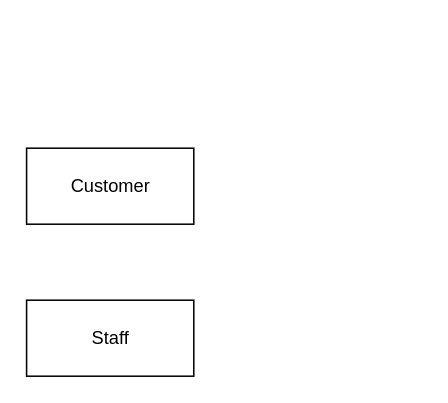
This is Car ClassDiagram.drawio from tlfzgjadyd/SoftwareEngineering, a draw.io file, before an edit. Source tidied: cells renumbered, new cells numbered last; positions are measured from the earlier drawing's top-left corner, leaving out a move shared by most shapes. Both pictures are drawn from the tidied source at 152%, with x=0, y=0 at pixel (26, 147).
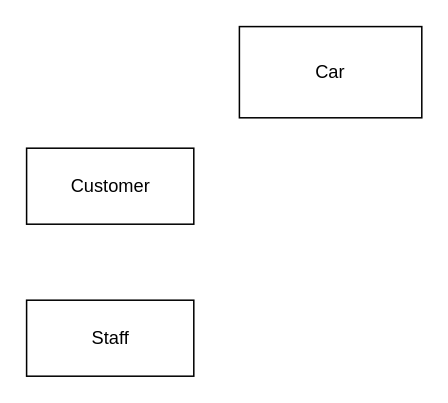
After the change.

The edit, as a diff of the source:
```diff
@@
 <mxGraphModel>
   <root>
     <mxCell id="0" />
     <mxCell id="1" parent="0" />
     <mxCell id="2" value="Staff" style="html=1;" parent="1" vertex="1">
       <mxGeometry y="100" width="110" height="50" as="geometry" />
     </mxCell>
     <mxCell id="3" value="Customer" style="html=1;" parent="1" vertex="1">
       <mxGeometry width="110" height="50" as="geometry" />
     </mxCell>
+    <mxCell id="4" value="Car" style="rounded=0;whiteSpace=wrap;html=1;" parent="1" vertex="1">
+      <mxGeometry x="140" y="-80" width="120" height="60" as="geometry" />
+    </mxCell>
   </root>
 </mxGraphModel>
```
